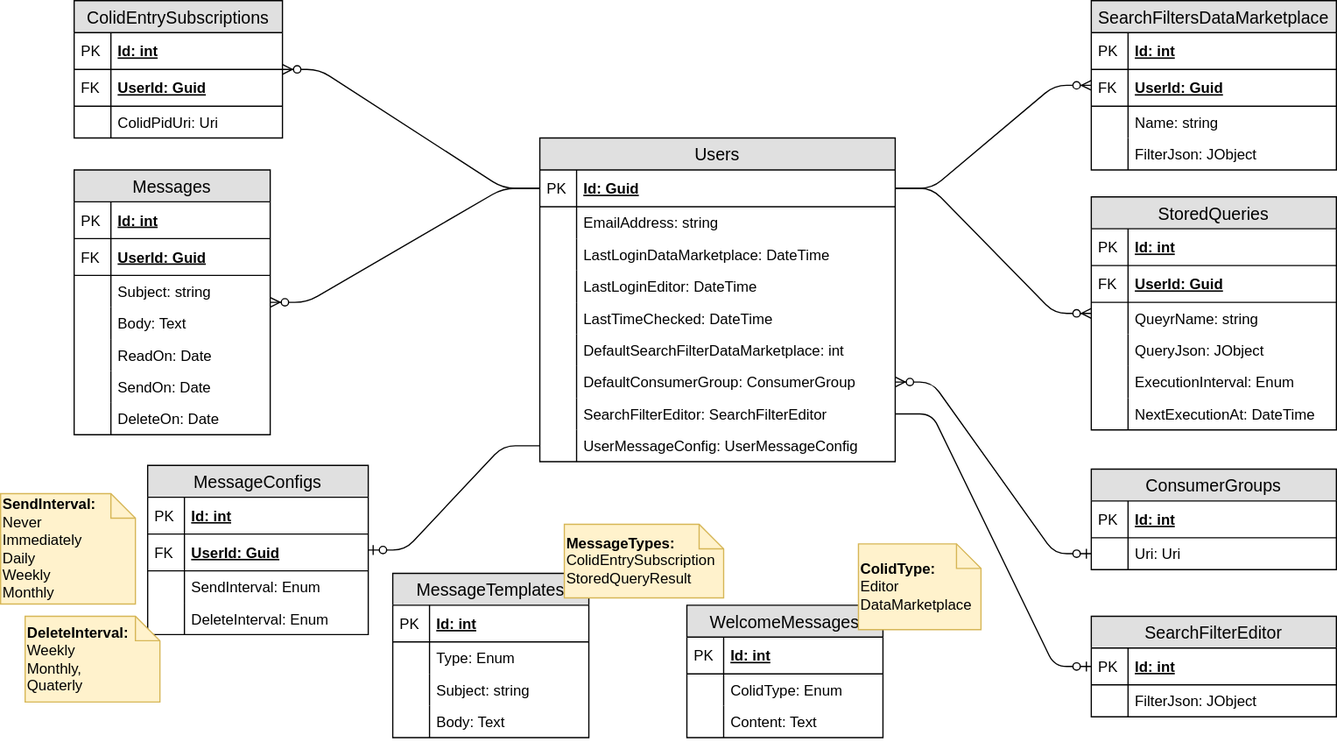
This is application-parts/appdata-service/assets/appdata_entity-relation-diagram.svg from Bayer-Group/COLID-Documentation, a draw.io export, as it was before one commit. Source tidied: cells renumbered, new cells last; positions are measured from the earlier drawing's top-left corner, leaving out a move shared by most shapes.
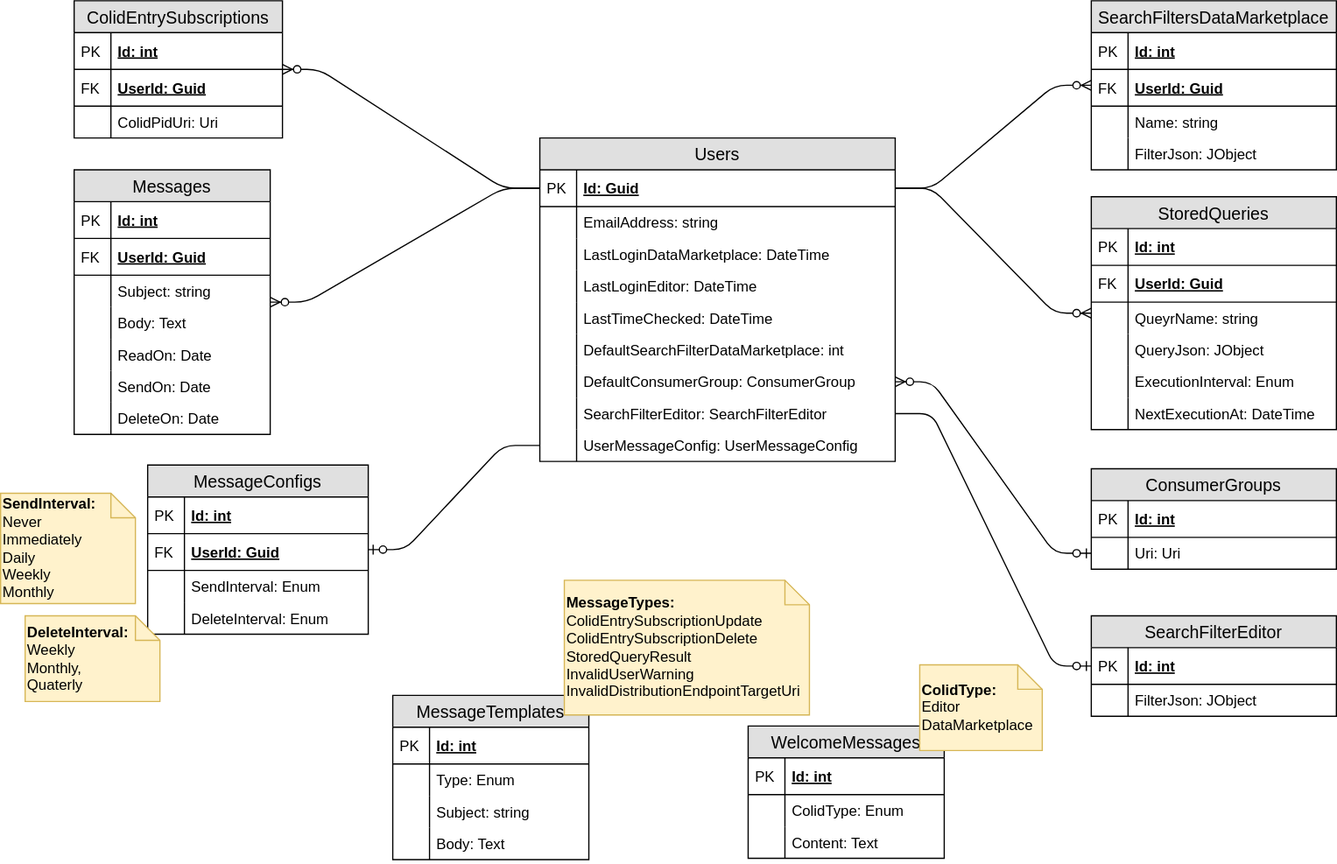
The same diagram one commit later.

What changed in the source:
```diff
@@ -243,7 +243,7 @@
       <mxGeometry relative="1" as="geometry" />
     </mxCell>
     <mxCell id="82" style="group;" parent="1" vertex="1">
-      <mxGeometry x="320" y="427" width="270" height="174" as="geometry" />
+      <mxGeometry x="320" y="527" width="340" height="174" as="geometry" />
     </mxCell>
     <mxCell id="83" value="MessageTemplates" style="swimlane;fontStyle=0;horizontal=1;startSize=26;fillColor=#e0e0e0;swimlaneFillColor=#ffffff;align=center;fontSize=14;" parent="82" vertex="1">
       <mxGeometry y="40" width="160" height="134" as="geometry" />
@@ -272,11 +272,11 @@
     <mxCell id="91" style="shape=partialRectangle;top=0;left=0;bottom=0;fillColor=none;align=left;verticalAlign=top;spacingLeft=4;spacingRight=4;overflow=hidden;fontSize=12;" parent="90" vertex="1">
       <mxGeometry width="30" height="26" as="geometry" />
     </mxCell>
-    <mxCell id="92" value="&lt;div&gt;&lt;b&gt;MessageTypes:&lt;/b&gt;&lt;br&gt;ColidEntrySubscription&lt;/div&gt;&lt;div&gt;StoredQueryResult&lt;/div&gt;" style="shape=note;size=20;whiteSpace=wrap;html=1;align=left;fillColor=#fff2cc;strokeColor=#d6b656;" parent="82" vertex="1">
-      <mxGeometry x="140" width="130" height="60" as="geometry" />
+    <mxCell id="92" value="&lt;b&gt;MessageTypes:&lt;/b&gt;&lt;br&gt;&lt;div&gt;ColidEntrySubscriptionUpdate&lt;/div&gt;&lt;div&gt;&lt;span&gt;ColidEntrySubscriptionDelete&lt;/span&gt;&lt;/div&gt;&lt;div&gt;&lt;span&gt;StoredQueryResult&lt;/span&gt;&lt;/div&gt;&lt;div&gt;&lt;span&gt;InvalidUserWarning&lt;/span&gt;&lt;/div&gt;&lt;div&gt;&lt;span&gt;InvalidDistributionEndpointTargetUri&lt;/span&gt;&lt;/div&gt;" style="shape=note;size=20;whiteSpace=wrap;html=1;align=left;fillColor=#fff2cc;strokeColor=#d6b656;" parent="82" vertex="1">
+      <mxGeometry x="140" y="-54" width="200" height="110" as="geometry" />
     </mxCell>
     <mxCell id="93" style="group;" parent="1" vertex="1">
-      <mxGeometry x="560" y="443" width="240" height="158" as="geometry" />
+      <mxGeometry x="610" y="542" width="240" height="158" as="geometry" />
     </mxCell>
     <mxCell id="94" value="WelcomeMessages" style="swimlane;fontStyle=0;horizontal=1;startSize=26;fillColor=#e0e0e0;swimlaneFillColor=#ffffff;align=center;fontSize=14;" parent="93" vertex="1">
       <mxGeometry y="50" width="160" height="108" as="geometry" />
```
